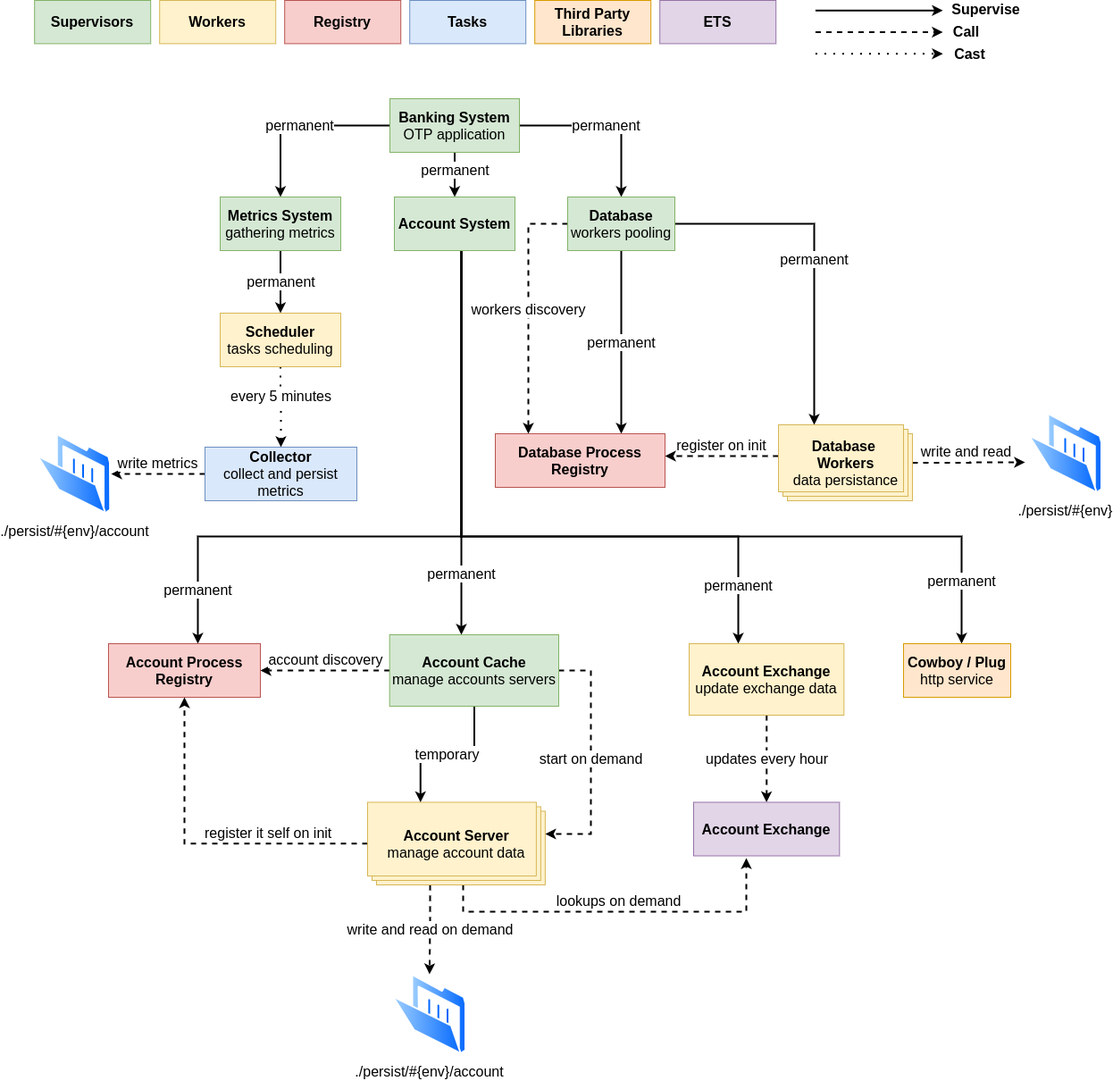
oliveigah/banking-prototype keeps this draw.io diagram as exdocs_assets/diagrams/system_overview.png. Above is the earlier version. Source tidied: cells renumbered, new cells last; positions are measured from the earlier drawing's top-left corner, leaving out a move shared by most shapes.
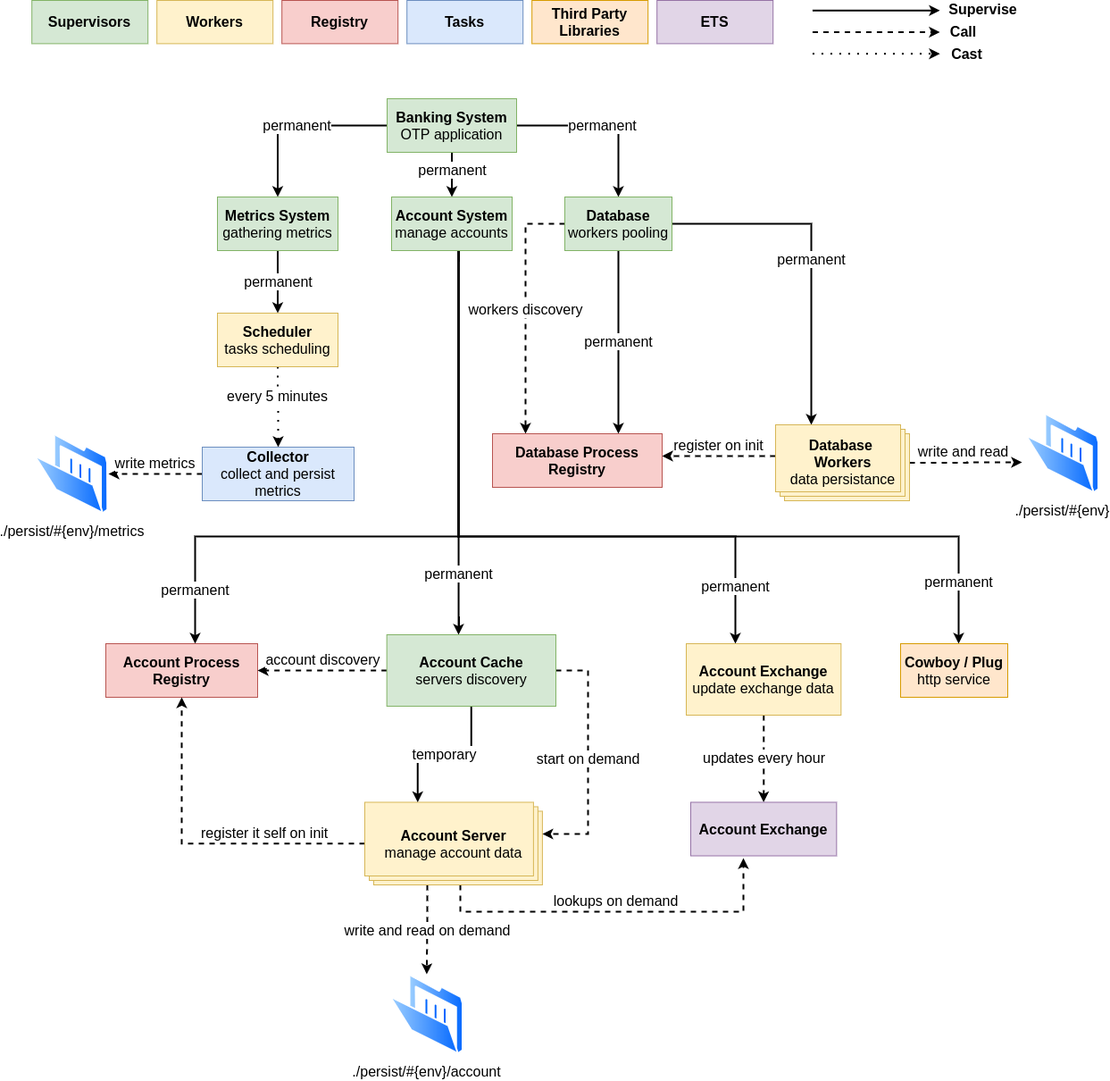
After the commit.

The edit, as a diff of the source:
```diff
@@ -80,7 +80,7 @@
         </Array>
       </mxGeometry>
     </mxCell>
-    <mxCell id="16" value="Account System&lt;br style=&quot;font-size: 16px;&quot;&gt;" style="rounded=0;whiteSpace=wrap;html=1;fontSize=16;fontStyle=1;fillColor=#d5e8d4;strokeColor=#82b366;horizontal=1;fontFamily=Helvetica;" parent="1" vertex="1">
+    <mxCell id="16" value="Account System&lt;br&gt;&lt;span style=&quot;font-weight: normal&quot;&gt;manage accounts&lt;/span&gt;" style="rounded=0;whiteSpace=wrap;html=1;fontSize=16;fontStyle=1;fillColor=#d5e8d4;strokeColor=#82b366;horizontal=1;fontFamily=Helvetica;" parent="1" vertex="1">
       <mxGeometry x="403" y="220" width="135" height="60" as="geometry" />
     </mxCell>
     <mxCell id="17" value="every 5 minutes" style="edgeStyle=orthogonalEdgeStyle;rounded=0;jettySize=auto;html=1;entryX=0.5;entryY=0;entryDx=0;entryDy=0;fontSize=16;dashed=1;strokeWidth=2;dashPattern=1 4;labelPosition=center;verticalLabelPosition=top;align=center;verticalAlign=bottom;horizontal=1;fontFamily=Helvetica;" parent="1" edge="1" source="18" target="23">
@@ -156,7 +156,7 @@
     <mxCell id="33" value="temporary" style="edgeStyle=orthogonalEdgeStyle;rounded=0;jettySize=auto;html=1;entryX=0;entryY=0;entryDx=59.285;entryDy=0;entryPerimeter=0;strokeWidth=2;fontSize=16;horizontal=1;fontFamily=Helvetica;" parent="1" edge="1" source="34" target="30">
       <mxGeometry relative="1" as="geometry" />
     </mxCell>
-    <mxCell id="34" value="Account Cache&lt;br style=&quot;font-size: 16px;&quot;&gt;&lt;font style=&quot;font-weight: normal; font-size: 16px;&quot;&gt;manage accounts servers&lt;/font&gt;" style="rounded=0;whiteSpace=wrap;html=1;fontSize=16;fontStyle=1;fillColor=#d5e8d4;strokeColor=#82b366;horizontal=1;fontFamily=Helvetica;" parent="1" vertex="1">
+    <mxCell id="34" value="Account Cache&lt;br style=&quot;font-size: 16px&quot;&gt;&lt;span style=&quot;font-weight: 400&quot;&gt;servers discovery&lt;/span&gt;" style="rounded=0;whiteSpace=wrap;html=1;fontSize=16;fontStyle=1;fillColor=#d5e8d4;strokeColor=#82b366;horizontal=1;fontFamily=Helvetica;" parent="1" vertex="1">
       <mxGeometry x="397.7" y="710" width="189.3" height="80" as="geometry" />
     </mxCell>
     <mxCell id="35" value="updates every hour" style="edgeStyle=orthogonalEdgeStyle;rounded=0;jettySize=auto;html=1;entryX=0.5;entryY=0;entryDx=0;entryDy=0;strokeWidth=2;fontSize=16;dashed=1;horizontal=1;fontFamily=Helvetica;" parent="1" edge="1" source="36" target="37">
@@ -171,7 +171,7 @@
     <mxCell id="38" value="./persist/#{env}/account" style="perimeter=ellipsePerimeter;html=1;align=center;shadow=0;dashed=0;spacingTop=3;image;image=img/lib/active_directory/folder_open.svg;fontSize=16;horizontal=1;fontFamily=Helvetica;" parent="1" vertex="1">
       <mxGeometry x="401" y="1090" width="82.8" height="90" as="geometry" />
     </mxCell>
-    <mxCell id="39" value="./persist/#{env}/account" style="perimeter=ellipsePerimeter;html=1;align=center;shadow=0;dashed=0;spacingTop=3;image;image=img/lib/active_directory/folder_open.svg;fontSize=16;horizontal=1;fontFamily=Helvetica;" parent="1" vertex="1">
+    <mxCell id="39" value="./persist/#{env}/metrics" style="perimeter=ellipsePerimeter;html=1;align=center;shadow=0;dashed=0;spacingTop=3;image;image=img/lib/active_directory/folder_open.svg;fontSize=16;horizontal=1;fontFamily=Helvetica;" parent="1" vertex="1">
       <mxGeometry x="3.2" y="485" width="82.8" height="90" as="geometry" />
     </mxCell>
     <mxCell id="40" value="&lt;font style=&quot;font-size: 16px;&quot;&gt;Cowboy / Plug&lt;br style=&quot;font-size: 16px;&quot;&gt;&lt;font style=&quot;font-weight: normal; font-size: 16px;&quot;&gt;http service&lt;/font&gt;&lt;br style=&quot;font-size: 16px;&quot;&gt;&lt;/font&gt;" style="rounded=0;whiteSpace=wrap;html=1;fontSize=16;fontStyle=1;fillColor=#ffe6cc;strokeColor=#d79b00;horizontal=1;fontFamily=Helvetica;" parent="1" vertex="1">
```
